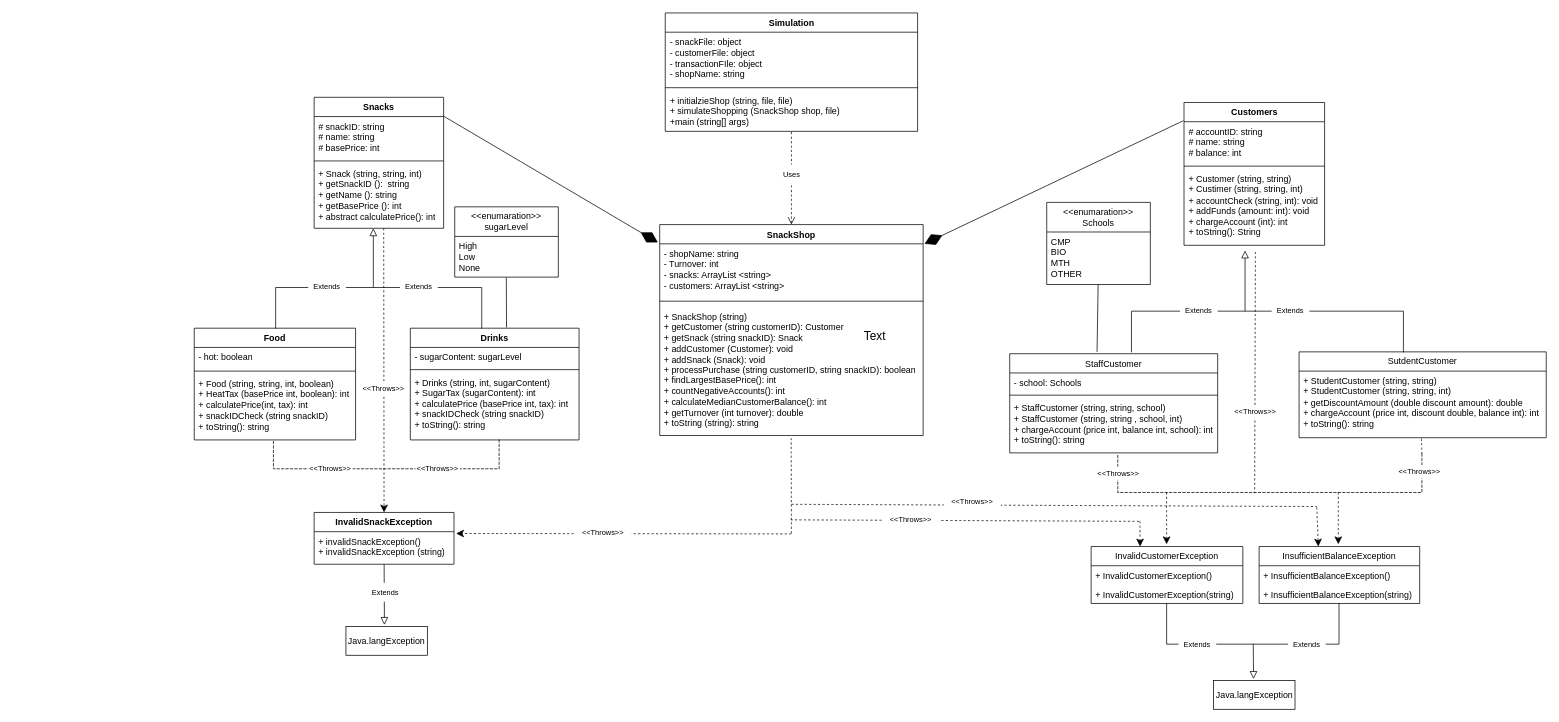
WateryLemon/CMP_4008Y-Programming-1-Coursework-Assignment-2 keeps this draw.io diagram as UML Class Diagram/Linked, UML class diagram.drawio. Above is the earlier version. Source tidied: cells renumbered, new cells numbered last; positions are measured from the earlier drawing's top-left corner, leaving out a move shared by most shapes. Both pictures are drawn from the tidied source at 74%, with x=0, y=0 at pixel (194, 13).
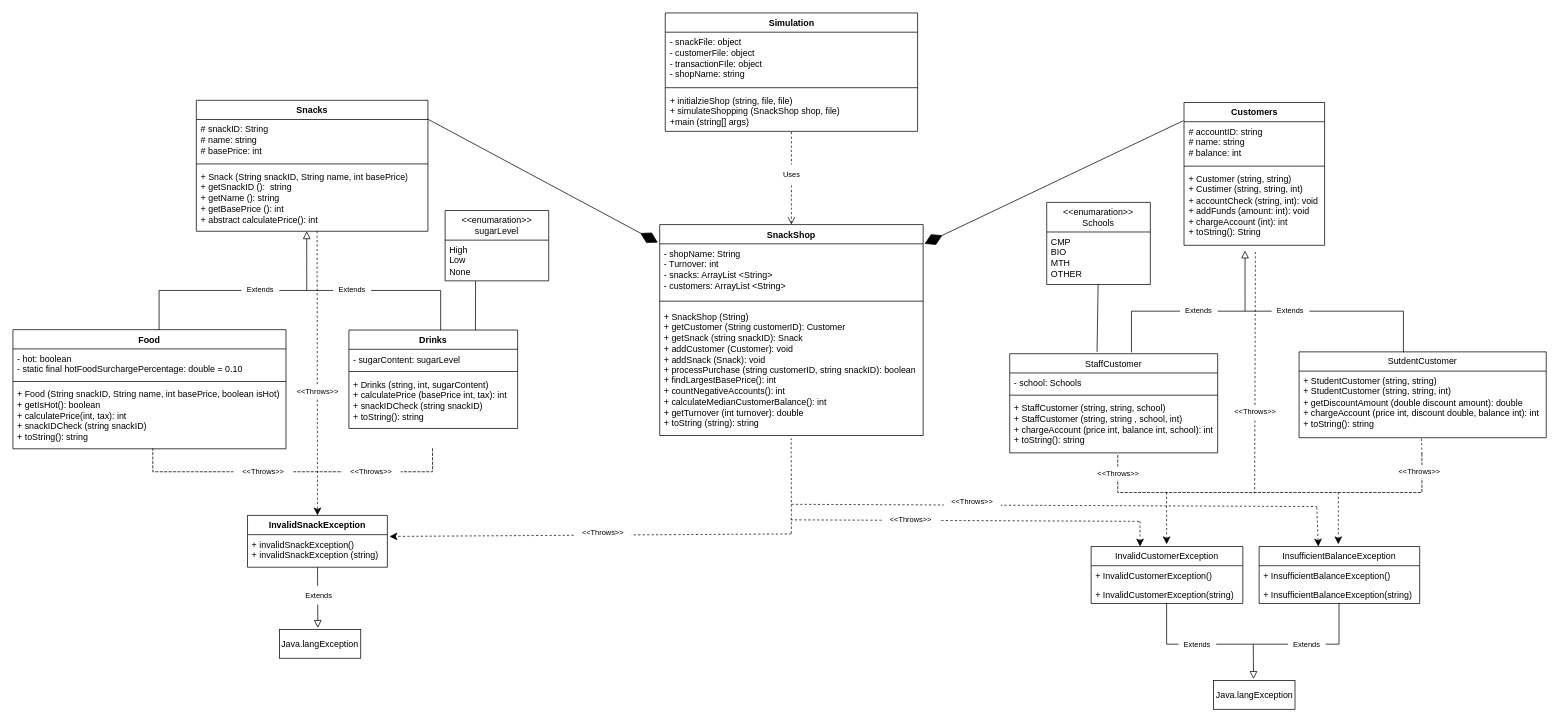
After the change.

The change refers to these unchanged cells:
```xml
<mxCell id="2" value="SnackShop" style="swimlane;fontStyle=1;align=center;verticalAlign=top;horizontal=1;startSize=26;whiteSpace=wrap;html=1;" parent="1" vertex="1">
  <mxGeometry x="629" y="286" width="356" height="285" as="geometry" />
</mxCell>
```

Change to the diagram source:
```diff
@@
-    <mxCell id="3" value="- shopName: string&lt;div&gt;- Turnover: int&lt;/div&gt;&lt;div&gt;- snacks: ArrayList&amp;nbsp;&amp;lt;string&amp;gt;&lt;/div&gt;&lt;div&gt;- customers: ArrayList &amp;lt;string&amp;gt;&lt;/div&gt;" style="text;strokeColor=none;fillColor=none;align=left;verticalAlign=top;spacingLeft=4;spacingRight=4;overflow=hidden;points=[[0,0.5],[1,0.5]];portConstraint=eastwest;whiteSpace=wrap;html=1;" parent="2" vertex="1">
+    <mxCell id="3" value="- shopName: String&lt;div&gt;- Turnover: int&lt;/div&gt;&lt;div&gt;- snacks: ArrayList&amp;nbsp;&amp;lt;String&amp;gt;&lt;/div&gt;&lt;div&gt;- customers: ArrayList &amp;lt;String&amp;gt;&lt;/div&gt;" style="text;strokeColor=none;fillColor=none;align=left;verticalAlign=top;spacingLeft=4;spacingRight=4;overflow=hidden;points=[[0,0.5],[1,0.5]];portConstraint=eastwest;whiteSpace=wrap;html=1;" parent="2" vertex="1">
       <mxGeometry y="26" width="356" height="70" as="geometry" />
     </mxCell>
@@
-    <mxCell id="5" value="+ SnackShop (string)&lt;div&gt;+ getCustomer (string customerID): Customer&lt;/div&gt;&lt;div&gt;+ getSnack (string snackID): Snack&lt;br&gt;&lt;div&gt;+ addCustomer (Customer): void&lt;br&gt;+ addSnack (Snack): void&lt;/div&gt;&lt;div&gt;+ processPurchase (string customerID, string snackID): boolean&lt;/div&gt;&lt;div&gt;+ findLargestBasePrice(): int&lt;/div&gt;&lt;div&gt;+ countNegativeAccounts(): int&lt;/div&gt;&lt;div&gt;+ calculateMedianCustomerBalance(): int&lt;/div&gt;&lt;div&gt;+ getTurnover (int turnover): double&lt;/div&gt;&lt;div&gt;+ toString (string): string&lt;/div&gt;&lt;/div&gt;" style="text;strokeColor=none;fillColor=none;align=left;verticalAlign=top;spacingLeft=4;spacingRight=4;overflow=hidden;points=[[0,0.5],[1,0.5]];portConstraint=eastwest;whiteSpace=wrap;html=1;" parent="2" vertex="1">
+    <mxCell id="5" value="+ SnackShop (String)&lt;div&gt;+ getCustomer (String customerID): Customer&lt;/div&gt;&lt;div&gt;+ getSnack (string snackID): Snack&lt;br&gt;&lt;div&gt;+ addCustomer (Customer): void&lt;br&gt;+ addSnack (Snack): void&lt;/div&gt;&lt;div&gt;+ processPurchase (string customerID, string snackID): boolean&lt;/div&gt;&lt;div&gt;+ findLargestBasePrice(): int&lt;/div&gt;&lt;div&gt;+ countNegativeAccounts(): int&lt;/div&gt;&lt;div&gt;+ calculateMedianCustomerBalance(): int&lt;/div&gt;&lt;div&gt;+ getTurnover (int turnover): double&lt;/div&gt;&lt;div&gt;+ toString (string): string&lt;/div&gt;&lt;/div&gt;" style="text;strokeColor=none;fillColor=none;align=left;verticalAlign=top;spacingLeft=4;spacingRight=4;overflow=hidden;points=[[0,0.5],[1,0.5]];portConstraint=eastwest;whiteSpace=wrap;html=1;" parent="2" vertex="1">
       <mxGeometry y="111" width="356" height="174" as="geometry" />
     </mxCell>
     <mxCell id="6" style="group;" parent="1" vertex="1">
-      <mxGeometry x="33" y="114" width="487" height="754" as="geometry" />
+      <mxGeometry x="-57" y="118" width="536" height="754" as="geometry" />
     </mxCell>
     <mxCell id="7" value="Snacks" style="swimlane;fontStyle=1;align=center;verticalAlign=top;horizontal=1;startSize=26;whiteSpace=wrap;html=1;" parent="6" vertex="1">
-      <mxGeometry x="129" width="175" height="177" as="geometry" />
+      <mxGeometry x="59.8" width="313" height="177" as="geometry" />
     </mxCell>
-    <mxCell id="8" value="# snackID: string&lt;div&gt;# name: string&lt;/div&gt;&lt;div&gt;# basePrice: int&lt;/div&gt;" style="text;strokeColor=none;fillColor=none;align=left;verticalAlign=top;spacingLeft=4;spacingRight=4;overflow=hidden;points=[[0,0.5],[1,0.5]];portConstraint=eastwest;whiteSpace=wrap;html=1;" parent="7" vertex="1">
-      <mxGeometry y="26" width="175" height="56" as="geometry" />
+    <mxCell id="8" value="# snackID: String&lt;div&gt;# name: string&lt;/div&gt;&lt;div&gt;# basePrice: int&lt;/div&gt;" style="text;strokeColor=none;fillColor=none;align=left;verticalAlign=top;spacingLeft=4;spacingRight=4;overflow=hidden;points=[[0,0.5],[1,0.5]];portConstraint=eastwest;whiteSpace=wrap;html=1;" parent="7" vertex="1">
+      <mxGeometry y="26" width="313" height="56" as="geometry" />
     </mxCell>
     <mxCell id="9" style="line;strokeWidth=1;fillColor=none;align=left;verticalAlign=middle;spacingTop=-1;spacingLeft=3;spacingRight=3;labelPosition=right;strokeColor=inherit;" parent="7" vertex="1">
-      <mxGeometry y="82" width="175" height="8" as="geometry" />
+      <mxGeometry y="82" width="313" height="8" as="geometry" />
     </mxCell>
-    <mxCell id="10" value="+ Snack (string, string, int)&lt;div&gt;+ getSnackID ():&amp;nbsp; string&lt;/div&gt;&lt;div&gt;+ getName (): string&lt;/div&gt;&lt;div&gt;+ getBasePrice (): int&lt;br&gt;&lt;div&gt;+ abstract calculatePrice(): int&lt;/div&gt;&lt;/div&gt;" style="text;strokeColor=none;fillColor=none;align=left;verticalAlign=top;spacingLeft=4;spacingRight=4;overflow=hidden;whiteSpace=wrap;html=1;" parent="7" vertex="1">
-      <mxGeometry y="90" width="175" height="87" as="geometry" />
+    <mxCell id="10" value="+ Snack (String snackID, String name, int basePrice)&lt;div&gt;+ getSnackID ():&amp;nbsp; string&lt;/div&gt;&lt;div&gt;+ getName (): string&lt;/div&gt;&lt;div&gt;+ getBasePrice (): int&lt;br&gt;&lt;div&gt;+ abstract calculatePrice(): int&lt;/div&gt;&lt;/div&gt;" style="text;strokeColor=none;fillColor=none;align=left;verticalAlign=top;spacingLeft=4;spacingRight=4;overflow=hidden;whiteSpace=wrap;html=1;" parent="7" vertex="1">
+      <mxGeometry y="90" width="313" height="87" as="geometry" />
     </mxCell>
-    <mxCell id="11" value="Food" style="swimlane;fontStyle=1;align=center;verticalAlign=top;horizontal=1;startSize=26;whiteSpace=wrap;html=1;" parent="6" vertex="1">
-      <mxGeometry x="-33" y="312" width="218" height="151" as="geometry" />
-    </mxCell>
-    <mxCell id="12" value="- hot: boolean" style="text;strokeColor=none;fillColor=none;align=left;verticalAlign=top;spacingLeft=4;spacingRight=4;overflow=hidden;whiteSpace=wrap;html=1;" parent="11" vertex="1">
-      <mxGeometry y="26" width="218" height="28" as="geometry" />
-    </mxCell>
-    <mxCell id="13" style="line;strokeWidth=1;fillColor=none;align=left;verticalAlign=middle;spacingTop=-1;spacingLeft=3;spacingRight=3;labelPosition=right;strokeColor=inherit;" parent="11" vertex="1">
-      <mxGeometry y="54" width="218" height="8" as="geometry" />
-    </mxCell>
-    <mxCell id="14" value="+ Food (string, string, int, boolean)&lt;div&gt;&lt;div&gt;+ HeatTax (basePrice&amp;nbsp;&lt;span style=&quot;background-color: initial;&quot;&gt;int&lt;/span&gt;&lt;span style=&quot;background-color: initial;&quot;&gt;, boolean): int&lt;/span&gt;&lt;/div&gt;&lt;div&gt;+ calculatePrice(int, tax): int&lt;br&gt;&lt;/div&gt;&lt;/div&gt;&lt;div&gt;+ snackIDCheck (string snackID)&lt;/div&gt;&lt;div&gt;+ toString(): string&lt;/div&gt;" style="text;strokeColor=none;fillColor=none;align=left;verticalAlign=top;spacingLeft=4;spacingRight=4;overflow=hidden;whiteSpace=wrap;html=1;spacing=2;" parent="11" vertex="1">
-      <mxGeometry y="62" width="218" height="89" as="geometry" />
-    </mxCell>
     <mxCell id="15" value="Drinks" style="swimlane;fontStyle=1;align=center;verticalAlign=top;horizontal=1;startSize=26;whiteSpace=wrap;html=1;spacingBottom=-2;" parent="6" vertex="1">
-      <mxGeometry x="259" y="312" width="228" height="151" as="geometry" />
+      <mxGeometry x="266" y="310.5" width="228" height="133" as="geometry" />
     </mxCell>
@@
-    <mxCell id="18" value="+ Drinks (string, int, sugarContent)&lt;div&gt;&lt;span style=&quot;background-color: initial;&quot;&gt;+ SugarTax (sugarContent): int&lt;/span&gt;&lt;br&gt;&lt;/div&gt;&lt;div&gt;&lt;span style=&quot;background-color: initial;&quot;&gt;+&amp;nbsp;&lt;/span&gt;&lt;span style=&quot;background-color: initial;&quot;&gt;calculatePrice (basePrice&amp;nbsp;&lt;/span&gt;&lt;span style=&quot;background-color: initial;&quot;&gt;int&lt;/span&gt;&lt;span style=&quot;background-color: initial;&quot;&gt;, tax): int&lt;/span&gt;&lt;/div&gt;&lt;div&gt;&lt;div&gt;+ snackIDCheck (string snackID)&lt;/div&gt;&lt;div&gt;+ toString(): string&lt;/div&gt;&lt;/div&gt;" style="text;strokeColor=none;fillColor=none;align=left;verticalAlign=top;spacingLeft=4;spacingRight=4;overflow=hidden;whiteSpace=wrap;html=1;spacingBottom=0;spacingTop=0;" parent="15" vertex="1">
-      <mxGeometry y="60" width="228" height="91" as="geometry" />
+    <mxCell id="18" value="+ Drinks (string, int, sugarContent)&lt;div&gt;&lt;span style=&quot;background-color: initial;&quot;&gt;+&amp;nbsp;&lt;/span&gt;&lt;span style=&quot;background-color: initial;&quot;&gt;calculatePrice (basePrice&amp;nbsp;&lt;/span&gt;&lt;span style=&quot;background-color: initial;&quot;&gt;int&lt;/span&gt;&lt;span style=&quot;background-color: initial;&quot;&gt;, tax): int&lt;/span&gt;&lt;br&gt;&lt;/div&gt;&lt;div&gt;&lt;div&gt;+ snackIDCheck (string snackID)&lt;/div&gt;&lt;div&gt;+ toString(): string&lt;/div&gt;&lt;/div&gt;" style="text;strokeColor=none;fillColor=none;align=left;verticalAlign=top;spacingLeft=4;spacingRight=4;overflow=hidden;whiteSpace=wrap;html=1;spacingBottom=0;spacingTop=0;" parent="15" vertex="1">
+      <mxGeometry y="60" width="228" height="73" as="geometry" />
     </mxCell>
-    <mxCell id="19" style="edgeStyle=none;curved=1;rounded=0;orthogonalLoop=1;jettySize=auto;html=1;exitX=0.75;exitY=0;exitDx=0;exitDy=0;fontSize=12;startSize=8;endSize=8;" parent="6" edge="1" source="11" target="11">
-      <mxGeometry relative="1" as="geometry" />
-    </mxCell>
-    <mxCell id="20" value="&amp;lt;&amp;lt;enumaration&amp;gt;&amp;gt;&lt;div&gt;sugarLevel&lt;/div&gt;" style="swimlane;fontStyle=0;horizontal=1;startSize=40;fillColor=none;whiteSpace=wrap;html=1;" parent="6" vertex="1">
-      <mxGeometry x="319" y="148" width="140" height="95" as="geometry" />
-    </mxCell>
-    <mxCell id="21" value="High&lt;div&gt;Low&lt;/div&gt;&lt;div&gt;None&lt;/div&gt;" style="text;strokeColor=none;fillColor=none;align=left;verticalAlign=top;spacingLeft=4;spacingRight=4;overflow=hidden;points=[[0,0.5],[1,0.5]];portConstraint=eastwest;whiteSpace=wrap;html=1;" parent="20" vertex="1">
-      <mxGeometry y="40" width="140" height="55" as="geometry" />
-    </mxCell>
-    <mxCell id="22" style="endArrow=none;html=1;rounded=0;fontSize=12;startSize=8;endSize=8;curved=0;exitX=0.498;exitY=1.013;exitDx=0;exitDy=0;exitPerimeter=0;" parent="6" edge="1" source="21">
-      <mxGeometry relative="1" as="geometry">
-        <mxPoint x="389" y="311" as="targetPoint" />
-      </mxGeometry>
-    </mxCell>
     <mxCell id="23" style="shape=partialRectangle;whiteSpace=wrap;html=1;bottom=1;right=1;left=1;top=0;fillColor=none;routingCenterX=-0.5;rotation=-180;" parent="6" vertex="1">
-      <mxGeometry x="77" y="257" width="278.5" height="55" as="geometry" />
+      <mxGeometry x="9.5" y="257" width="380.5" height="53" as="geometry" />
     </mxCell>
@@
     <mxCell id="29" style="shape=partialRectangle;whiteSpace=wrap;html=1;bottom=1;right=1;left=1;top=0;fillColor=none;routingCenterX=-0.5;rotation=0;dashed=1;" parent="6" vertex="1">
-      <mxGeometry x="74" y="463" width="305" height="39" as="geometry" />
+      <mxGeometry x="1" y="471" width="378" height="31" as="geometry" />
     </mxCell>
@@
     <mxCell id="31" value="&amp;lt;&amp;lt;Throws&amp;gt;&amp;gt;" style="text;html=1;align=center;verticalAlign=middle;whiteSpace=wrap;rounded=0;fontSize=10;fillColor=default;" parent="6" vertex="1">
-      <mxGeometry x="193" y="384" width="60" height="18" as="geometry" />
+      <mxGeometry x="194" y="384" width="60" height="18" as="geometry" />
     </mxCell>
-    <mxCell id="32" value="&amp;lt;&amp;lt;Throws&amp;gt;&amp;gt;" style="text;html=1;align=center;verticalAlign=middle;whiteSpace=wrap;rounded=0;fontSize=10;fillColor=default;" parent="6" vertex="1">
-      <mxGeometry x="121" y="492" width="60" height="18" as="geometry" />
+    <mxCell id="32" value="&amp;lt;&amp;lt;Throws&amp;gt;&amp;gt;" style="text;html=1;align=center;verticalAlign=middle;whiteSpace=wrap;rounded=0;fontSize=10;fillColor=default;strokeWidth=11;" parent="6" vertex="1">
+      <mxGeometry x="110" y="492" width="81" height="18" as="geometry" />
     </mxCell>
-    <mxCell id="33" value="&amp;lt;&amp;lt;Throws&amp;gt;&amp;gt;" style="text;html=1;align=center;verticalAlign=middle;whiteSpace=wrap;rounded=0;fontSize=10;fillColor=default;" parent="6" vertex="1">
-      <mxGeometry x="266" y="492" width="60" height="18" as="geometry" />
+    <mxCell id="33" value="&amp;lt;&amp;lt;Throws&amp;gt;&amp;gt;" style="text;html=1;align=center;verticalAlign=middle;whiteSpace=wrap;rounded=0;fontSize=10;fillColor=default;strokeWidth=11;" parent="6" vertex="1">
+      <mxGeometry x="257" y="492" width="79" height="18" as="geometry" />
     </mxCell>
@@
+    <mxCell id="20" value="&amp;lt;&amp;lt;enumaration&amp;gt;&amp;gt;&lt;div&gt;sugarLevel&lt;/div&gt;" style="swimlane;fontStyle=0;horizontal=1;startSize=40;fillColor=none;whiteSpace=wrap;html=1;" parent="6" vertex="1">
+      <mxGeometry x="396" y="149" width="140" height="95" as="geometry" />
+    </mxCell>
+    <mxCell id="21" value="High&lt;div&gt;Low&lt;/div&gt;&lt;div&gt;None&lt;/div&gt;" style="text;strokeColor=none;fillColor=none;align=left;verticalAlign=top;spacingLeft=4;spacingRight=4;overflow=hidden;points=[[0,0.5],[1,0.5]];portConstraint=eastwest;whiteSpace=wrap;html=1;" parent="20" vertex="1">
+      <mxGeometry y="40" width="140" height="55" as="geometry" />
+    </mxCell>
+    <mxCell id="22" style="endArrow=none;html=1;rounded=0;fontSize=12;startSize=8;endSize=8;curved=0;exitX=0.294;exitY=1.004;exitDx=0;exitDy=0;exitPerimeter=0;entryX=0.75;entryY=0;entryDx=0;entryDy=0;" parent="6" edge="1" source="21" target="15">
+      <mxGeometry relative="1" as="geometry" />
+    </mxCell>
+    <mxCell id="11" value="Food" style="swimlane;fontStyle=1;align=center;verticalAlign=top;horizontal=1;startSize=26;whiteSpace=wrap;html=1;" parent="6" vertex="1">
+      <mxGeometry x="-188" y="310" width="369" height="161" as="geometry" />
+    </mxCell>
+    <mxCell id="12" value="- hot: boolean&lt;br&gt;-&amp;nbsp;&lt;span style=&quot;background-color: initial;&quot;&gt;static final hotFoodSurchargePercentage: double = 0.10&lt;/span&gt;" style="text;strokeColor=none;fillColor=none;align=left;verticalAlign=top;spacingLeft=4;spacingRight=4;overflow=hidden;whiteSpace=wrap;html=1;" parent="11" vertex="1">
+      <mxGeometry y="26" width="369" height="40" as="geometry" />
+    </mxCell>
+    <mxCell id="13" style="line;strokeWidth=1;fillColor=none;align=left;verticalAlign=middle;spacingTop=-1;spacingLeft=3;spacingRight=3;labelPosition=right;strokeColor=inherit;" parent="11" vertex="1">
+      <mxGeometry y="66" width="369" height="8" as="geometry" />
+    </mxCell>
+    <mxCell id="14" value="+ Food (String snackID, String name, int basePrice, boolean isHot)&lt;div&gt;&lt;div&gt;&lt;span style=&quot;background-color: initial;&quot;&gt;+ getIsHot(): boolean&lt;/span&gt;&lt;/div&gt;&lt;div&gt;&lt;span style=&quot;background-color: initial;&quot;&gt;+ calculatePrice(int, tax): int&lt;/span&gt;&lt;br&gt;&lt;/div&gt;&lt;/div&gt;&lt;div&gt;+ snackIDCheck (string snackID)&lt;/div&gt;&lt;div&gt;+ toString(): string&lt;/div&gt;" style="text;strokeColor=none;fillColor=none;align=left;verticalAlign=top;spacingLeft=4;spacingRight=4;overflow=hidden;whiteSpace=wrap;html=1;spacing=2;" parent="11" vertex="1">
+      <mxGeometry y="74" width="369" height="87" as="geometry" />
+    </mxCell>
+    <mxCell id="19" style="edgeStyle=none;curved=1;rounded=0;orthogonalLoop=1;jettySize=auto;html=1;exitX=0.75;exitY=0;exitDx=0;exitDy=0;fontSize=12;startSize=8;endSize=8;" parent="6" edge="1" source="11" target="11">
+      <mxGeometry relative="1" as="geometry" />
+    </mxCell>
@@
-    <mxCell id="92" value="Text" style="text;strokeColor=none;fillColor=none;html=1;align=center;verticalAlign=middle;whiteSpace=wrap;rounded=0;fontSize=16;" parent="1" vertex="1">
-      <mxGeometry x="890" y="421" width="60" height="30" as="geometry" />
-    </mxCell>
```
